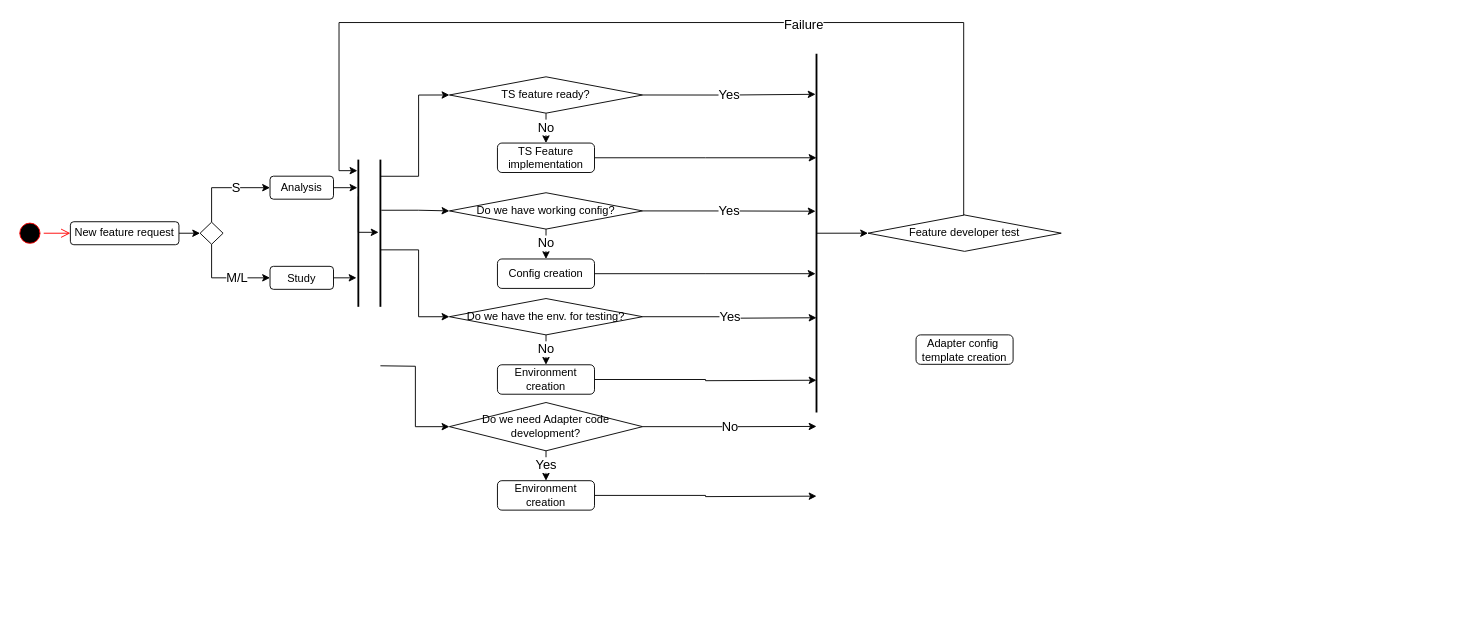
Earlier version of the draw.io diagram aat_feat_dev.drawio (tamask1s/testrepo). Source tidied: cells renumbered, new cells numbered last; positions are measured from the earlier drawing's top-left corner, leaving out a move shared by most shapes. Both pictures are drawn from the tidied source at 92%, with x=0, y=0 at pixel (16, 22).
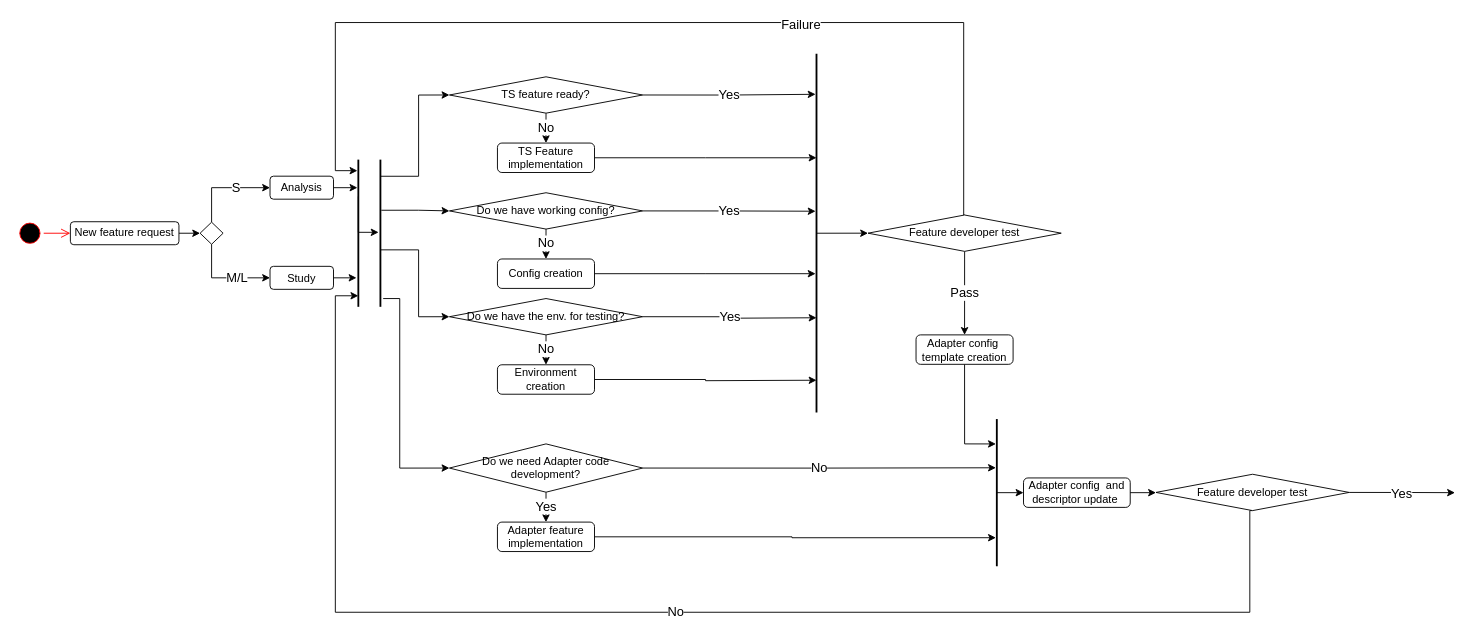
The same diagram, later.

The change refers to these unchanged cells:
```xml
<mxCell id="16" style="line;strokeWidth=2;direction=south;html=1;fontSize=14;" parent="1" vertex="1">
  <mxGeometry x="367" y="149" width="10" height="160" as="geometry" />
</mxCell>
<mxCell id="22" style="line;strokeWidth=2;direction=south;html=1;fontSize=14;" parent="1" vertex="1">
  <mxGeometry x="388" y="149" width="16" height="160" as="geometry" />
</mxCell>
<mxCell id="40" value="Feature developer test" style="rhombus;whiteSpace=wrap;html=1;" parent="1" vertex="1">
  <mxGeometry x="926" y="209.2" width="210" height="39.5" as="geometry" />
</mxCell>
<mxCell id="41" value="Adapter config&amp;nbsp; template creation" style="rounded=1;whiteSpace=wrap;html=1;" parent="1" vertex="1">
  <mxGeometry x="978.2" y="339.5" width="105.5" height="32" as="geometry" />
</mxCell>
```

The edit, as a diff of the source:
```diff
@@
     <mxCell id="38" style="edgeStyle=orthogonalEdgeStyle;rounded=0;jettySize=auto;html=1;exitX=0.5;exitY=0;exitDx=0;exitDy=0;entryX=0.075;entryY=0.6;entryDx=0;entryDy=0;entryPerimeter=0;fontSize=14;" parent="1" edge="1" source="40" target="16">
       <mxGeometry relative="1" as="geometry">
         <Array as="points">
+          <mxPoint x="1030" y="209" />
           <mxPoint x="1030" />
-          <mxPoint x="351" />
-          <mxPoint x="351" y="161" />
+          <mxPoint x="347" />
+          <mxPoint x="347" y="161" />
         </Array>
       </mxGeometry>
     </mxCell>
@@
+    <mxCell id="48" value="Pass" style="edgeStyle=orthogonalEdgeStyle;rounded=0;jettySize=auto;html=1;exitX=0.5;exitY=1;exitDx=0;exitDy=0;entryX=0.5;entryY=0;entryDx=0;entryDy=0;fontSize=14;" parent="1" edge="1" source="40" target="41">
+      <mxGeometry relative="1" as="geometry" />
+    </mxCell>
@@
+    <mxCell id="49" style="edgeStyle=orthogonalEdgeStyle;rounded=0;jettySize=auto;html=1;exitX=0.5;exitY=1;exitDx=0;exitDy=0;entryX=0.169;entryY=0.563;entryDx=0;entryDy=0;entryPerimeter=0;fontSize=14;" parent="1" edge="1" source="41" target="51">
+      <mxGeometry relative="1" as="geometry">
+        <Array as="points">
+          <mxPoint x="1031" y="458" />
+        </Array>
+      </mxGeometry>
+    </mxCell>
@@
-    <mxCell id="42" style="edgeStyle=orthogonalEdgeStyle;rounded=0;jettySize=auto;html=1;exitX=0.613;exitY=0.5;exitDx=0;exitDy=0;exitPerimeter=0;entryX=0;entryY=0.5;entryDx=0;entryDy=0;fontSize=14;" parent="1" edge="1" target="45">
+    <mxCell id="42" style="edgeStyle=orthogonalEdgeStyle;rounded=0;jettySize=auto;html=1;exitX=0.944;exitY=0.313;exitDx=0;exitDy=0;exitPerimeter=0;entryX=0;entryY=0.5;entryDx=0;entryDy=0;fontSize=14;" parent="1" edge="1" source="22" target="45">
       <mxGeometry relative="1" as="geometry">
-        <mxPoint x="396" y="373.1" as="sourcePoint" />
+        <Array as="points">
+          <mxPoint x="417" y="300" />
+          <mxPoint x="417" y="484" />
+        </Array>
       </mxGeometry>
     </mxCell>
-    <mxCell id="43" value="No" style="edgeStyle=orthogonalEdgeStyle;rounded=0;jettySize=auto;html=1;exitX=1;exitY=0.5;exitDx=0;exitDy=0;fontSize=14;" parent="1" edge="1" source="45">
-      <mxGeometry relative="1" as="geometry">
-        <mxPoint x="870" y="439" as="targetPoint" />
-      </mxGeometry>
+    <mxCell id="43" value="No" style="edgeStyle=orthogonalEdgeStyle;rounded=0;jettySize=auto;html=1;exitX=1;exitY=0.5;exitDx=0;exitDy=0;fontSize=14;entryX=0.331;entryY=0.563;entryDx=0;entryDy=0;entryPerimeter=0;" parent="1" edge="1" source="45" target="51">
+      <mxGeometry relative="1" as="geometry" />
     </mxCell>
@@
     <mxCell id="45" value="Do we need Adapter code development?" style="rhombus;whiteSpace=wrap;html=1;" parent="1" vertex="1">
-      <mxGeometry x="471" y="413" width="210" height="52.5" as="geometry" />
+      <mxGeometry x="471" y="458" width="210" height="52.5" as="geometry" />
     </mxCell>
-    <mxCell id="46" style="edgeStyle=orthogonalEdgeStyle;rounded=0;jettySize=auto;html=1;exitX=1;exitY=0.5;exitDx=0;exitDy=0;entryX=0.979;entryY=0.5;entryDx=0;entryDy=0;entryPerimeter=0;fontSize=14;" parent="1" edge="1" source="47">
-      <mxGeometry relative="1" as="geometry">
-        <mxPoint x="870" y="514.8" as="targetPoint" />
-      </mxGeometry>
+    <mxCell id="46" style="edgeStyle=orthogonalEdgeStyle;rounded=0;jettySize=auto;html=1;exitX=1;exitY=0.5;exitDx=0;exitDy=0;fontSize=14;entryX=0.806;entryY=0.563;entryDx=0;entryDy=0;entryPerimeter=0;" parent="1" edge="1" source="47" target="51">
+      <mxGeometry relative="1" as="geometry" />
     </mxCell>
-    <mxCell id="47" value="Environment creation" style="rounded=1;whiteSpace=wrap;html=1;" parent="1" vertex="1">
-      <mxGeometry x="523.2" y="498" width="105.5" height="32" as="geometry" />
+    <mxCell id="47" value="Adapter feature implementation" style="rounded=1;whiteSpace=wrap;html=1;" parent="1" vertex="1">
+      <mxGeometry x="523.2" y="543" width="105.5" height="32" as="geometry" />
     </mxCell>
+    <mxCell id="50" style="edgeStyle=orthogonalEdgeStyle;rounded=0;jettySize=auto;html=1;exitX=0.5;exitY=0.5;exitDx=0;exitDy=0;exitPerimeter=0;entryX=0;entryY=0.5;entryDx=0;entryDy=0;fontSize=14;" parent="1" edge="1" source="51" target="52">
+      <mxGeometry relative="1" as="geometry" />
+    </mxCell>
+    <mxCell id="51" style="line;strokeWidth=2;direction=south;html=1;fontSize=14;" parent="1" vertex="1">
+      <mxGeometry x="1058" y="431" width="16" height="160" as="geometry" />
+    </mxCell>
+    <mxCell id="52" value="Adapter config&amp;nbsp; and descriptor update&amp;nbsp;" style="rounded=1;whiteSpace=wrap;html=1;" parent="1" vertex="1">
+      <mxGeometry x="1095" y="495" width="116" height="32" as="geometry" />
+    </mxCell>
+    <mxCell id="53" style="edgeStyle=orthogonalEdgeStyle;rounded=0;jettySize=auto;html=1;entryX=0;entryY=0.5;entryDx=0;entryDy=0;exitX=1;exitY=0.5;exitDx=0;exitDy=0;" parent="1" edge="1" source="52" target="56">
+      <mxGeometry relative="1" as="geometry" />
+    </mxCell>
+    <mxCell id="54" value="Yes" style="edgeStyle=orthogonalEdgeStyle;rounded=0;jettySize=auto;html=1;exitX=1;exitY=0.5;exitDx=0;exitDy=0;fontSize=14;" parent="1" edge="1" source="56">
+      <mxGeometry relative="1" as="geometry">
+        <mxPoint x="1564" y="511" as="targetPoint" />
+      </mxGeometry>
+    </mxCell>
+    <mxCell id="55" value="No" style="edgeStyle=orthogonalEdgeStyle;rounded=0;jettySize=auto;html=1;exitX=0.5;exitY=1;exitDx=0;exitDy=0;fontSize=14;" parent="1" edge="1" source="56">
+      <mxGeometry relative="1" as="geometry">
+        <mxPoint x="372" y="297" as="targetPoint" />
+        <Array as="points">
+          <mxPoint x="1341" y="531" />
+          <mxPoint x="1341" y="641" />
+          <mxPoint x="347" y="641" />
+          <mxPoint x="347" y="297" />
+        </Array>
+      </mxGeometry>
+    </mxCell>
+    <mxCell id="56" value="Feature developer test" style="rhombus;whiteSpace=wrap;html=1;" parent="1" vertex="1">
+      <mxGeometry x="1239" y="491" width="210" height="39.5" as="geometry" />
+    </mxCell>
```
